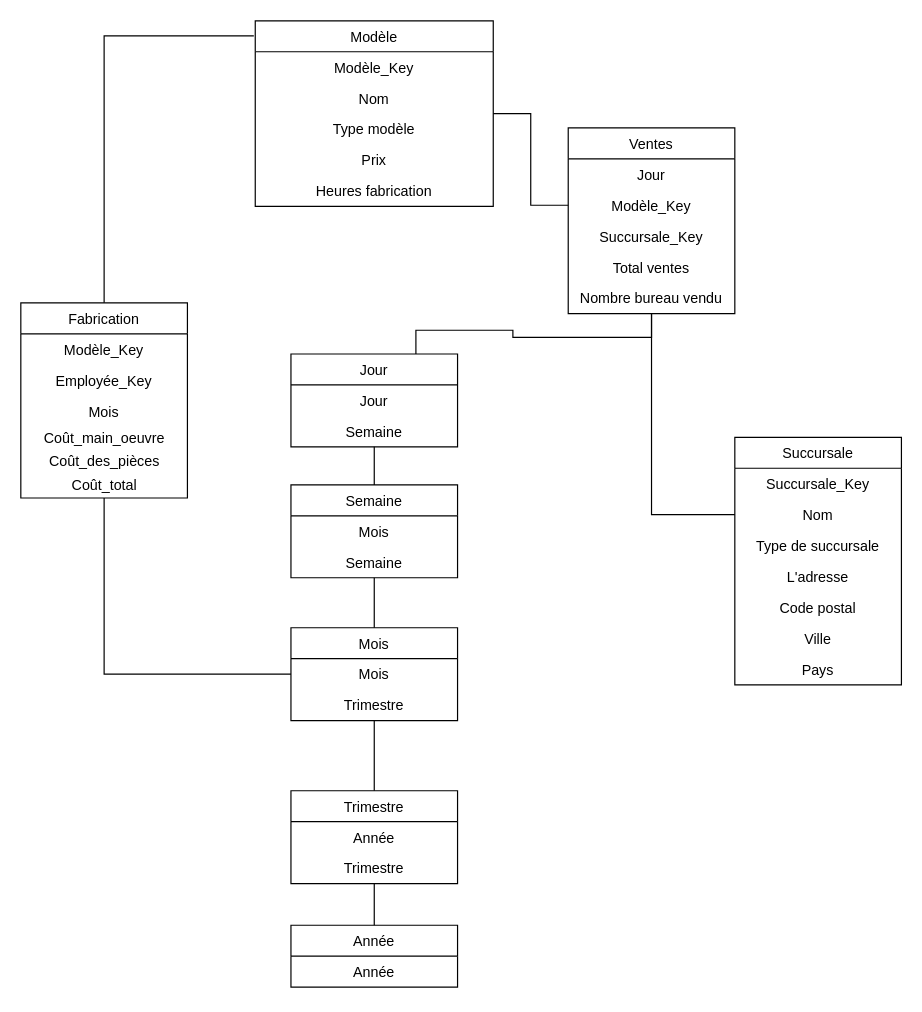
wHiteRht/MET6910 keeps this draw.io diagram as drawio/tp_met_E2_flocon.drawio. Above is the earlier version. Source tidied: cells renumbered, new cells numbered last; positions are measured from the earlier drawing's top-left corner, leaving out a move shared by most shapes. Both pictures are drawn from the tidied source at 119%, with x=0, y=0 at pixel (20, 20).
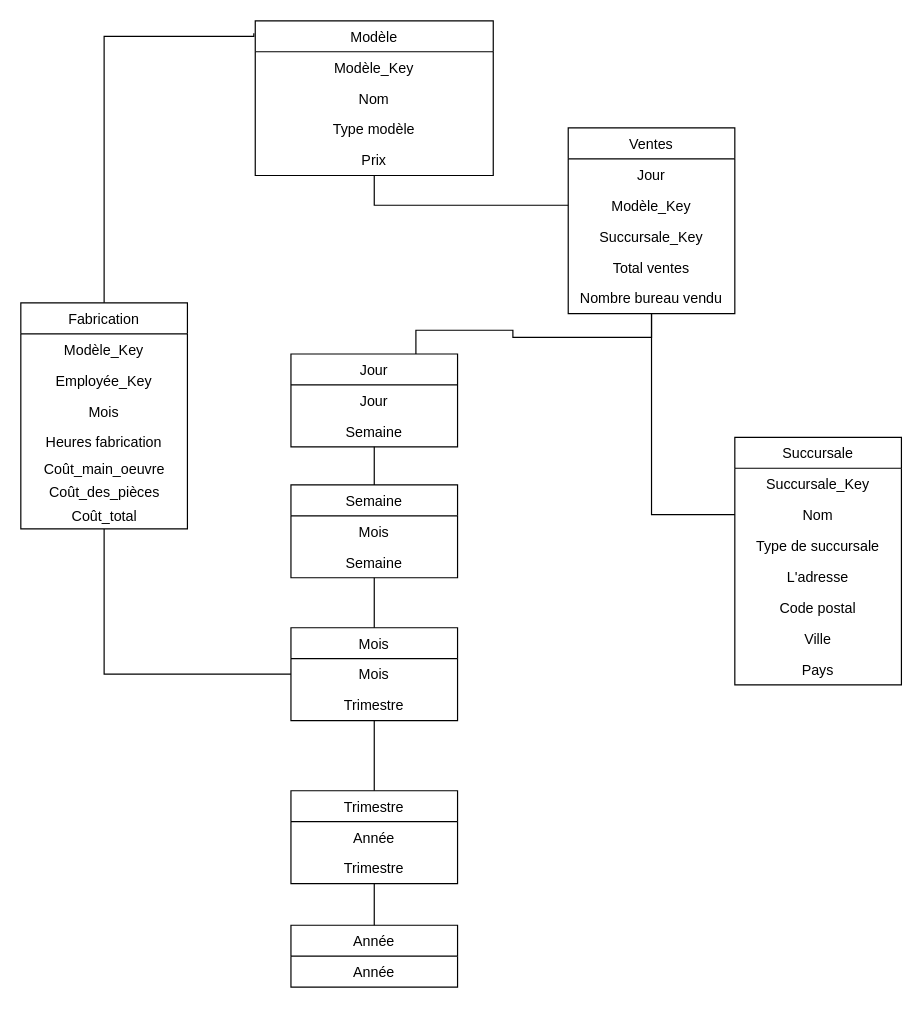
After the change.

Commit message (it also covers changes not shown here):
moved heures fabrication to facts table

Change to the diagram source:
```diff
@@
     <mxCell id="2" value="Fabrication" style="swimlane;fontStyle=0;horizontal=1;startSize=26;fillColor=none;align=center;fontSize=12;" parent="1" vertex="1">
-      <mxGeometry y="237" width="140" height="164" as="geometry" />
+      <mxGeometry y="237" width="140" height="190" as="geometry" />
     </mxCell>
@@
+    <mxCell id="27" value="Heures fabrication" style="text;strokeColor=none;fillColor=none;align=center;verticalAlign=top;spacingLeft=4;spacingRight=4;overflow=hidden;" parent="2" vertex="1">
+      <mxGeometry y="104" width="140" height="26" as="geometry" />
+    </mxCell>
     <mxCell id="6" value="Coût_main_oeuvre" style="text;html=1;align=center;verticalAlign=middle;strokeColor=none;fontSize=12;" parent="2" vertex="1">
-      <mxGeometry y="104" width="140" height="20" as="geometry" />
+      <mxGeometry y="130" width="140" height="20" as="geometry" />
     </mxCell>
     <mxCell id="7" value="Coût_des_pièces" style="text;html=1;align=center;verticalAlign=middle;strokeColor=none;fontSize=12;" parent="2" vertex="1">
-      <mxGeometry y="124" width="140" height="20" as="geometry" />
+      <mxGeometry y="150" width="140" height="20" as="geometry" />
     </mxCell>
     <mxCell id="8" value="Coût_total" style="text;html=1;align=center;verticalAlign=middle;strokeColor=none;fontSize=12;" parent="2" vertex="1">
-      <mxGeometry y="144" width="140" height="20" as="geometry" />
+      <mxGeometry y="170" width="140" height="20" as="geometry" />
     </mxCell>
@@
     <mxCell id="22" value="Modèle" style="swimlane;fontStyle=0;horizontal=1;startSize=26;fillColor=none;align=center;" parent="1" vertex="1">
-      <mxGeometry x="197" width="200" height="156" as="geometry" />
+      <mxGeometry x="197" width="200" height="130" as="geometry" />
     </mxCell>
@@
-    <mxCell id="27" value="Heures fabrication" style="text;strokeColor=none;fillColor=none;align=center;verticalAlign=top;spacingLeft=4;spacingRight=4;overflow=hidden;" parent="22" vertex="1">
-      <mxGeometry y="130" width="200" height="26" as="geometry" />
-    </mxCell>
```
